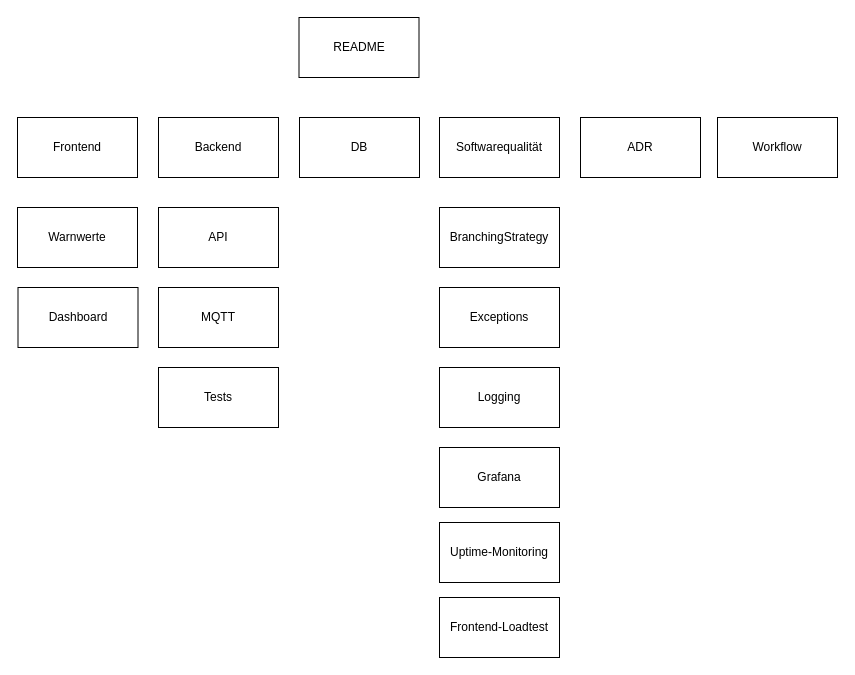
SWProjectTin23/altbauVsNeubau keeps this draw.io diagram as docs/drawio/DokuArchitektur.drawio. Above is the earlier version. Source tidied: cells renumbered, new cells numbered last; positions are measured from the earlier drawing's top-left corner, leaving out a move shared by most shapes. Both pictures are drawn from the tidied source at 100%, with x=0, y=0 at pixel (17, 17).
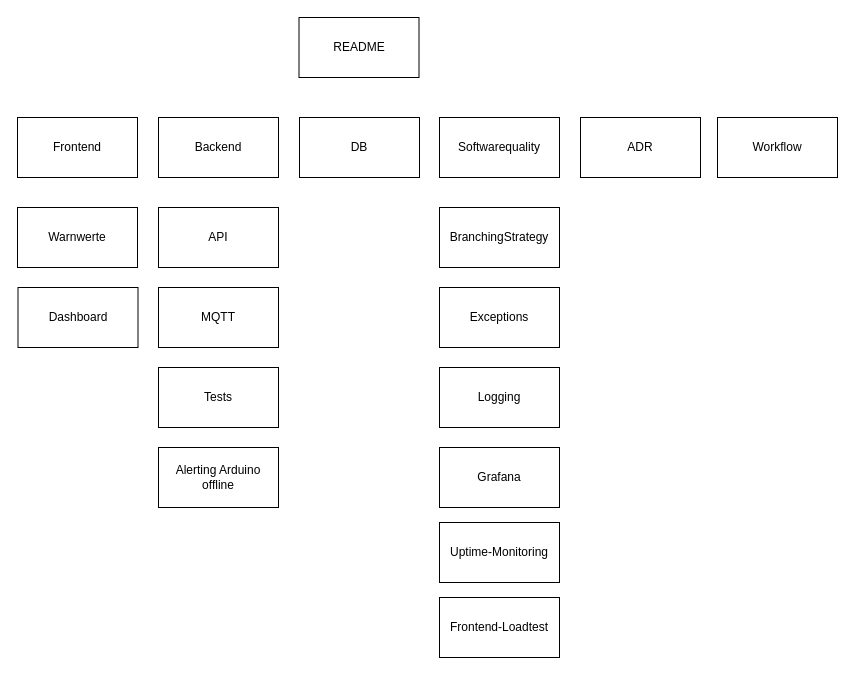
After the change.

The edit, as a diff of the source:
```diff
@@
-    <mxCell id="6" value="Softwarequalität" style="rounded=0;whiteSpace=wrap;html=1;" parent="1" vertex="1">
+    <mxCell id="6" value="Softwarequality" style="rounded=0;whiteSpace=wrap;html=1;" parent="1" vertex="1">
       <mxGeometry x="422" y="100" width="120" height="60" as="geometry" />
     </mxCell>
@@
+    <mxCell id="20" value="Alerting Arduino offline" style="whiteSpace=wrap;html=1;rounded=0;" parent="1" vertex="1">
+      <mxGeometry x="141" y="430" width="120" height="60" as="geometry" />
+    </mxCell>
```
